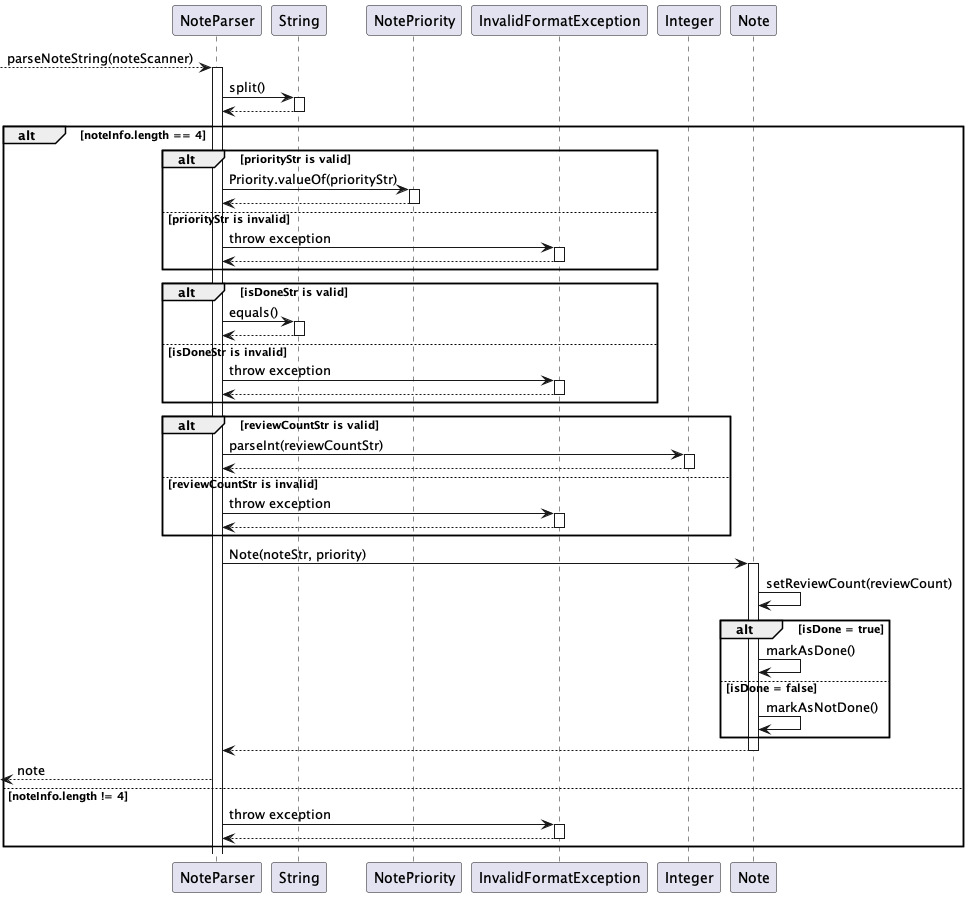
Above: docs/SequenceDiagrams/note_parser_sequence_diagram.png in nus-cs2113-AY2223S2/tp (PlantUML), before the change. Source of this version:
```plantuml
@startuml
    --> NoteParser: parseNoteString(noteScanner)
    activate NoteParser
    NoteParser -> String: split()
    activate String
    String --> NoteParser
    deactivate String
    alt noteInfo.length == 4
        alt priorityStr is valid
            NoteParser -> NotePriority: Priority.valueOf(priorityStr)
            activate NotePriority
            NotePriority --> NoteParser
            deactivate NotePriority
        else priorityStr is invalid
            NoteParser -> InvalidFormatException: throw exception
            activate InvalidFormatException
            InvalidFormatException --> NoteParser
            deactivate InvalidFormatException
        end
        alt isDoneStr is valid
            NoteParser -> String: equals()
            activate String
            String --> NoteParser
            deactivate String
        else isDoneStr is invalid
            NoteParser -> InvalidFormatException: throw exception
            activate InvalidFormatException
            InvalidFormatException --> NoteParser
            deactivate InvalidFormatException
        end
        alt reviewCountStr is valid
            NoteParser -> Integer: parseInt(reviewCountStr)
            activate Integer
            Integer --> NoteParser
            deactivate Integer
        else reviewCountStr is invalid
            NoteParser -> InvalidFormatException: throw exception
            activate InvalidFormatException
            InvalidFormatException --> NoteParser
            deactivate InvalidFormatException
        end
        NoteParser -> Note: Note(noteStr, priority)
        activate Note
        Note -> Note: setReviewCount(reviewCount)
        alt isDone = true
            Note -> Note: markAsDone()
        else isDone = false
            Note -> Note: markAsNotDone()
        end
        Note --> NoteParser
        deactivate Note
        <-- NoteParser: note
    else noteInfo.length != 4
            NoteParser -> InvalidFormatException: throw exception
            activate InvalidFormatException
            InvalidFormatException --> NoteParser
            deactivate InvalidFormatException
    end
@enduml
```
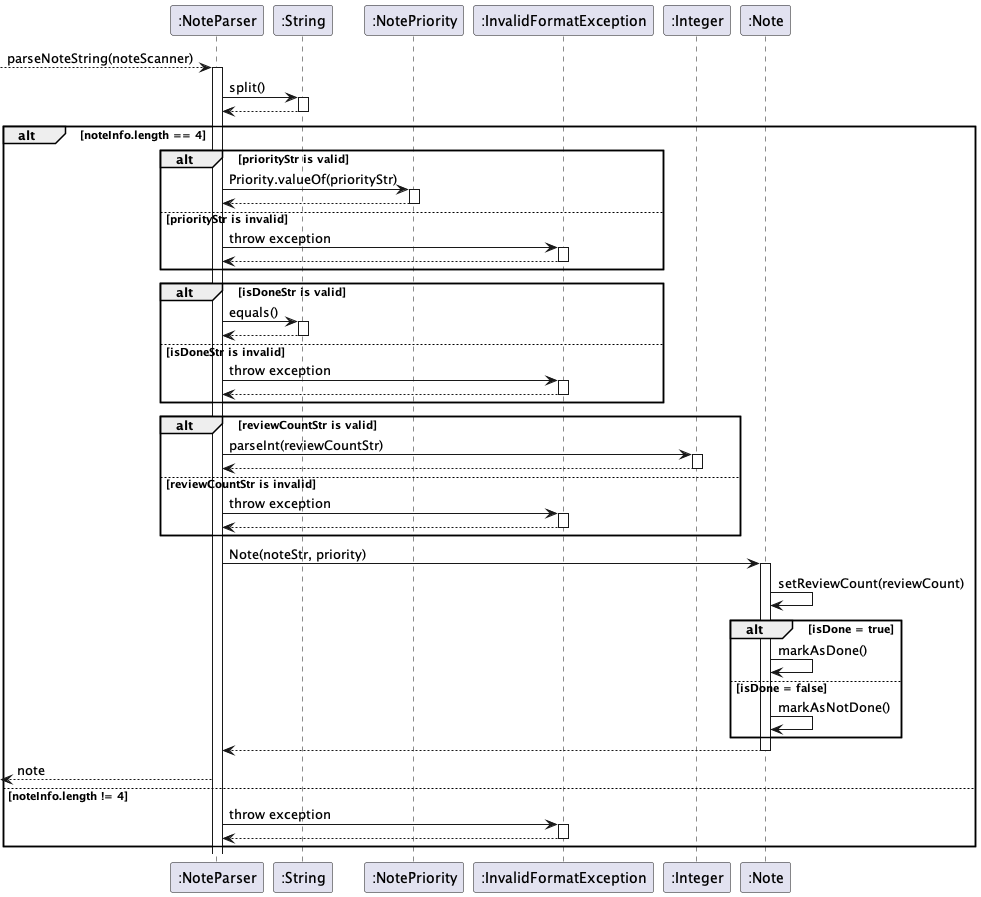
After the commit.

Commit message:
update sequence diagrams for file loading

What changed in the source:
```diff
@@ -1,59 +1,59 @@
 @startuml
-    --> NoteParser: parseNoteString(noteScanner)
-    activate NoteParser
-    NoteParser -> String: split()
-    activate String
-    String --> NoteParser
-    deactivate String
+    --> ":NoteParser": parseNoteString(noteScanner)
+    activate ":NoteParser"
+    ":NoteParser" -> ":String": split()
+    activate ":String"
+    ":String" --> ":NoteParser"
+    deactivate ":String"
     alt noteInfo.length == 4
         alt priorityStr is valid
-            NoteParser -> NotePriority: Priority.valueOf(priorityStr)
-            activate NotePriority
-            NotePriority --> NoteParser
-            deactivate NotePriority
+            ":NoteParser" -> ":NotePriority": Priority.valueOf(priorityStr)
+            activate ":NotePriority"
+            ":NotePriority" --> ":NoteParser"
+            deactivate ":NotePriority"
         else priorityStr is invalid
-            NoteParser -> InvalidFormatException: throw exception
-            activate InvalidFormatException
-            InvalidFormatException --> NoteParser
-            deactivate InvalidFormatException
+            ":NoteParser" -> ":InvalidFormatException": throw exception
+            activate ":InvalidFormatException"
+            ":InvalidFormatException" --> ":NoteParser"
+            deactivate ":InvalidFormatException"
         end
         alt isDoneStr is valid
-            NoteParser -> String: equals()
-            activate String
-            String --> NoteParser
-            deactivate String
+            ":NoteParser" -> ":String": equals()
+            activate ":String"
+            ":String" --> ":NoteParser"
+            deactivate ":String"
         else isDoneStr is invalid
-            NoteParser -> InvalidFormatException: throw exception
-            activate InvalidFormatException
-            InvalidFormatException --> NoteParser
-            deactivate InvalidFormatException
+            ":NoteParser" -> ":InvalidFormatException": throw exception
+            activate ":InvalidFormatException"
+            ":InvalidFormatException" --> ":NoteParser"
+            deactivate ":InvalidFormatException"
         end
         alt reviewCountStr is valid
-            NoteParser -> Integer: parseInt(reviewCountStr)
-            activate Integer
-            Integer --> NoteParser
-            deactivate Integer
+            ":NoteParser" -> ":Integer": parseInt(reviewCountStr)
+            activate ":Integer"
+            ":Integer" --> ":NoteParser"
+            deactivate ":Integer"
         else reviewCountStr is invalid
-            NoteParser -> InvalidFormatException: throw exception
-            activate InvalidFormatException
-            InvalidFormatException --> NoteParser
-            deactivate InvalidFormatException
+            ":NoteParser" -> ":InvalidFormatException": throw exception
+            activate ":InvalidFormatException"
+            ":InvalidFormatException" --> ":NoteParser"
+            deactivate ":InvalidFormatException"
         end
-        NoteParser -> Note: Note(noteStr, priority)
-        activate Note
-        Note -> Note: setReviewCount(reviewCount)
+        ":NoteParser" -> ":Note": Note(noteStr, priority)
+        activate ":Note"
+        ":Note" -> ":Note": setReviewCount(reviewCount)
         alt isDone = true
-            Note -> Note: markAsDone()
+            ":Note" -> ":Note": markAsDone()
         else isDone = false
-            Note -> Note: markAsNotDone()
+            ":Note" -> ":Note": markAsNotDone()
         end
-        Note --> NoteParser
-        deactivate Note
-        <-- NoteParser: note
+        ":Note" --> ":NoteParser"
+        deactivate ":Note"
+        <-- ":NoteParser": note
     else noteInfo.length != 4
-            NoteParser -> InvalidFormatException: throw exception
-            activate InvalidFormatException
-            InvalidFormatException --> NoteParser
-            deactivate InvalidFormatException
+            ":NoteParser" -> ":InvalidFormatException": throw exception
+            activate ":InvalidFormatException"
+            ":InvalidFormatException" --> ":NoteParser"
+            deactivate ":InvalidFormatException"
     end
 @enduml
```
